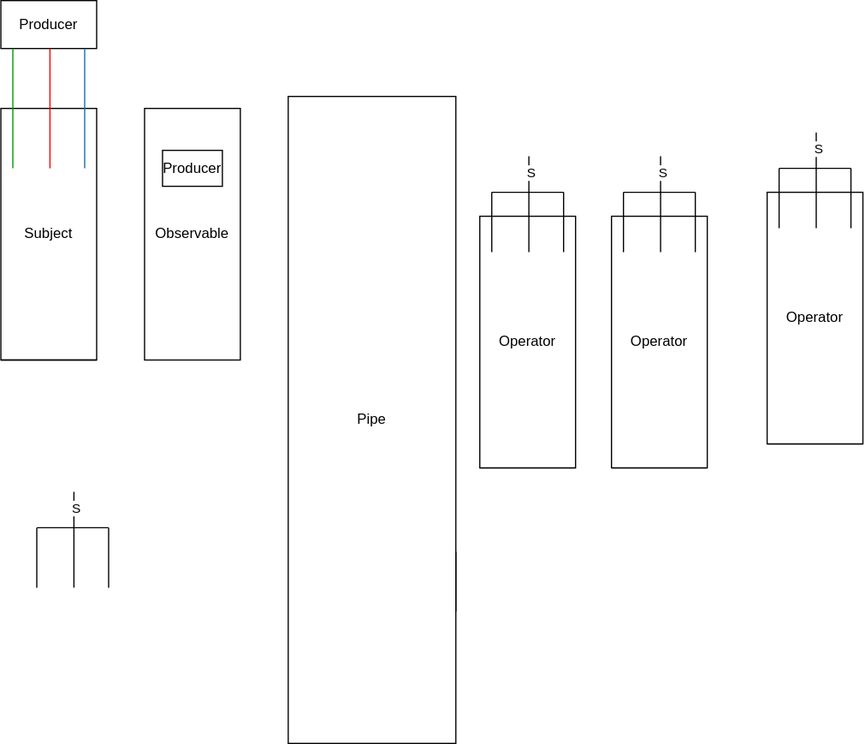
Before: RxJs Observables.drawio.svg, a diagram exported from draw.io (hansschenker/rx-angular-state-counter-demo-hans). Source tidied: cells renumbered, new cells last; positions are measured from the earlier drawing's top-left corner, leaving out a move shared by most shapes.
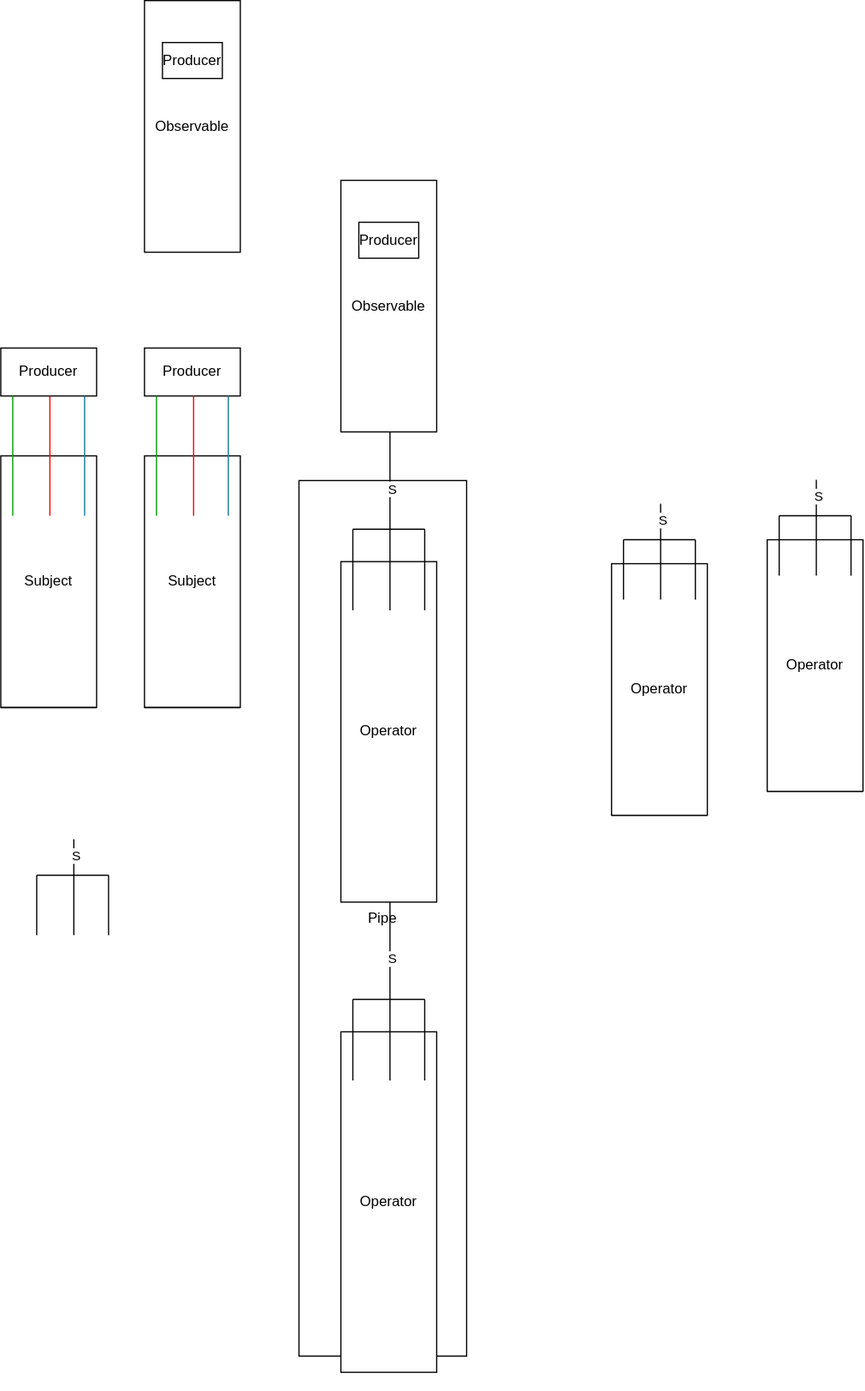
After the commit.

Change to the diagram source:
```diff
@@ -34,6 +34,15 @@
         <mxPoint x="60" y="30" as="targetPoint" />
       </mxGeometry>
     </mxCell>
+    <mxCell id="23" style="group;" parent="1" vertex="1">
+      <mxGeometry x="284" y="-140" width="80" height="210" as="geometry" />
+    </mxCell>
+    <mxCell id="24" value="Observable" style="rounded=0;whiteSpace=wrap;html=1;direction=south;" parent="23" vertex="1">
+      <mxGeometry width="80" height="210" as="geometry" />
+    </mxCell>
+    <mxCell id="25" value="Producer" style="rounded=0;whiteSpace=wrap;html=1;" parent="23" vertex="1">
+      <mxGeometry x="15" y="35" width="50" height="30" as="geometry" />
+    </mxCell>
     <mxCell id="8" style="group;" parent="1" vertex="1">
       <mxGeometry x="320" y="430" width="60" height="80" as="geometry" />
     </mxCell>
@@ -66,59 +75,6 @@
         <mxPoint x="60" y="30" as="targetPoint" />
       </mxGeometry>
     </mxCell>
-    <mxCell id="14" style="group;" parent="1" vertex="1">
-      <mxGeometry x="400" y="130" width="80" height="260" as="geometry" />
-    </mxCell>
-    <mxCell id="15" style="endArrow=none;html=1;rounded=0;" parent="14" edge="1">
-      <mxGeometry x="-10" y="230" as="geometry">
-        <mxPoint y="260" as="sourcePoint" />
-        <mxPoint x="80" y="260" as="targetPoint" />
-      </mxGeometry>
-    </mxCell>
-    <mxCell id="16" value="Operator" style="rounded=0;whiteSpace=wrap;html=1;direction=south;" parent="14" vertex="1">
-      <mxGeometry y="50" width="80" height="210" as="geometry" />
-    </mxCell>
-    <mxCell id="17" style="group;" parent="14" vertex="1">
-      <mxGeometry x="10" width="60" height="80" as="geometry" />
-    </mxCell>
-    <mxCell id="18" style="endArrow=none;html=1;rounded=0;" parent="17" edge="1">
-      <mxGeometry x="-20" y="40" as="geometry">
-        <mxPoint x="31" as="sourcePoint" />
-        <mxPoint x="31" y="80" as="targetPoint" />
-      </mxGeometry>
-    </mxCell>
-    <mxCell id="19" value="S" style="edgeLabel;html=1;align=center;verticalAlign=middle;" parent="18" vertex="1">
-      <mxGeometry relative="1" as="geometry">
-        <mxPoint x="1" y="-27" as="offset" />
-      </mxGeometry>
-    </mxCell>
-    <mxCell id="20" style="endArrow=none;html=1;rounded=0;" parent="17" edge="1">
-      <mxGeometry x="-20" y="40" as="geometry">
-        <mxPoint y="30" as="sourcePoint" />
-        <mxPoint y="80" as="targetPoint" />
-      </mxGeometry>
-    </mxCell>
-    <mxCell id="21" style="endArrow=none;html=1;rounded=0;" parent="17" edge="1">
-      <mxGeometry x="-20" y="40" as="geometry">
-        <mxPoint x="60" y="30" as="sourcePoint" />
-        <mxPoint x="60" y="80" as="targetPoint" />
-      </mxGeometry>
-    </mxCell>
-    <mxCell id="22" style="endArrow=none;html=1;rounded=0;" parent="17" edge="1">
-      <mxGeometry relative="1" as="geometry">
-        <mxPoint y="30" as="sourcePoint" />
-        <mxPoint x="60" y="30" as="targetPoint" />
-      </mxGeometry>
-    </mxCell>
-    <mxCell id="23" style="group;" parent="1" vertex="1">
-      <mxGeometry x="120" y="90" width="80" height="210" as="geometry" />
-    </mxCell>
-    <mxCell id="24" value="Observable" style="rounded=0;whiteSpace=wrap;html=1;direction=south;" parent="23" vertex="1">
-      <mxGeometry width="80" height="210" as="geometry" />
-    </mxCell>
-    <mxCell id="25" value="Producer" style="rounded=0;whiteSpace=wrap;html=1;" parent="23" vertex="1">
-      <mxGeometry x="15" y="35" width="50" height="30" as="geometry" />
-    </mxCell>
     <mxCell id="26" style="group;" parent="1" vertex="1">
       <mxGeometry x="510" y="130" width="80" height="260" as="geometry" />
     </mxCell>
@@ -207,38 +163,174 @@
         <mxPoint x="60" y="30" as="targetPoint" />
       </mxGeometry>
     </mxCell>
+    <mxCell id="51" style="endArrow=none;html=1;rounded=0;" parent="1" edge="1">
+      <mxGeometry x="324" y="320" as="geometry">
+        <mxPoint x="284" y="360" as="sourcePoint" />
+        <mxPoint x="364" y="360" as="targetPoint" />
+      </mxGeometry>
+    </mxCell>
+    <mxCell id="52" style="group;" parent="1" vertex="1">
+      <mxGeometry x="249" y="70" width="140" height="800" as="geometry" />
+    </mxCell>
-    <mxCell id="44" value="Pipe" style="whiteSpace=wrap;html=1;" parent="1" vertex="1">
-      <mxGeometry x="240" y="80" width="140" height="540" as="geometry" />
+    <mxCell id="44" value="Pipe" style="whiteSpace=wrap;html=1;" parent="52" vertex="1">
+      <mxGeometry y="40.6" width="140" height="730.8" as="geometry" />
     </mxCell>
-    <mxCell id="45" value="Producer" style="rounded=0;whiteSpace=wrap;html=1;" parent="1" vertex="1">
-      <mxGeometry width="80" height="40" as="geometry" />
-    </mxCell>
+    <mxCell id="53" style="group;" parent="52" vertex="1">
+      <mxGeometry x="35" width="80" height="392.4" as="geometry" />
+    </mxCell>
+    <mxCell id="54" value="Operator" style="rounded=0;whiteSpace=wrap;html=1;direction=south;" parent="53" vertex="1">
+      <mxGeometry y="108.3" width="80" height="284.2" as="geometry" />
+    </mxCell>
+    <mxCell id="55" style="group;" parent="53" vertex="1">
+      <mxGeometry x="10" width="60" height="148.9" as="geometry" />
+    </mxCell>
+    <mxCell id="56" style="endArrow=none;html=1;rounded=0;" parent="55" edge="1">
+      <mxGeometry x="-20" y="94.7" as="geometry">
+        <mxPoint x="31" as="sourcePoint" />
+        <mxPoint x="31" y="148.9" as="targetPoint" />
+      </mxGeometry>
+    </mxCell>
+    <mxCell id="57" value="S" style="edgeLabel;html=1;align=center;verticalAlign=middle;" parent="56" vertex="1">
+      <mxGeometry relative="1" as="geometry">
+        <mxPoint x="1" y="-27" as="offset" />
+      </mxGeometry>
+    </mxCell>
+    <mxCell id="58" style="endArrow=none;html=1;rounded=0;" parent="55" edge="1">
+      <mxGeometry x="-20" y="94.7" as="geometry">
+        <mxPoint y="81.2" as="sourcePoint" />
+        <mxPoint y="148.9" as="targetPoint" />
+      </mxGeometry>
+    </mxCell>
+    <mxCell id="59" style="endArrow=none;html=1;rounded=0;" parent="55" edge="1">
+      <mxGeometry x="-20" y="94.7" as="geometry">
+        <mxPoint x="60" y="81.2" as="sourcePoint" />
+        <mxPoint x="60" y="148.9" as="targetPoint" />
+      </mxGeometry>
+    </mxCell>
+    <mxCell id="60" style="endArrow=none;html=1;rounded=0;" parent="55" edge="1">
+      <mxGeometry y="40.6" as="geometry">
+        <mxPoint y="81.2" as="sourcePoint" />
+        <mxPoint x="60" y="81.2" as="targetPoint" />
+      </mxGeometry>
+    </mxCell>
+    <mxCell id="61" style="group;" parent="52" vertex="1">
+      <mxGeometry x="35" y="392.4" width="80" height="392.4" as="geometry" />
+    </mxCell>
+    <mxCell id="62" value="Operator" style="rounded=0;whiteSpace=wrap;html=1;direction=south;" parent="61" vertex="1">
+      <mxGeometry y="108.3" width="80" height="284.2" as="geometry" />
+    </mxCell>
+    <mxCell id="63" style="group;" parent="61" vertex="1">
+      <mxGeometry x="10" width="60" height="148.9" as="geometry" />
+    </mxCell>
+    <mxCell id="64" style="endArrow=none;html=1;rounded=0;" parent="63" edge="1">
+      <mxGeometry x="-20" y="94.7" as="geometry">
+        <mxPoint x="31" as="sourcePoint" />
+        <mxPoint x="31" y="148.9" as="targetPoint" />
+      </mxGeometry>
+    </mxCell>
+    <mxCell id="65" value="S" style="edgeLabel;html=1;align=center;verticalAlign=middle;" parent="64" vertex="1">
+      <mxGeometry relative="1" as="geometry">
+        <mxPoint x="1" y="-27" as="offset" />
+      </mxGeometry>
+    </mxCell>
+    <mxCell id="66" style="endArrow=none;html=1;rounded=0;" parent="63" edge="1">
+      <mxGeometry x="-20" y="94.7" as="geometry">
+        <mxPoint y="81.2" as="sourcePoint" />
+        <mxPoint y="148.9" as="targetPoint" />
+      </mxGeometry>
+    </mxCell>
+    <mxCell id="67" style="endArrow=none;html=1;rounded=0;" parent="63" edge="1">
+      <mxGeometry x="-20" y="94.7" as="geometry">
+        <mxPoint x="60" y="81.2" as="sourcePoint" />
+        <mxPoint x="60" y="148.9" as="targetPoint" />
+      </mxGeometry>
+    </mxCell>
+    <mxCell id="68" style="endArrow=none;html=1;rounded=0;" parent="63" edge="1">
+      <mxGeometry y="40.6" as="geometry">
+        <mxPoint y="81.2" as="sourcePoint" />
+        <mxPoint x="60" y="81.2" as="targetPoint" />
+      </mxGeometry>
+    </mxCell>
+    <mxCell id="69" style="group;" parent="1" vertex="1">
+      <mxGeometry x="120" y="-290" width="80" height="210" as="geometry" />
+    </mxCell>
+    <mxCell id="70" value="Observable" style="rounded=0;whiteSpace=wrap;html=1;direction=south;" parent="69" vertex="1">
+      <mxGeometry width="80" height="210" as="geometry" />
+    </mxCell>
+    <mxCell id="71" value="Producer" style="rounded=0;whiteSpace=wrap;html=1;" parent="69" vertex="1">
+      <mxGeometry x="15" y="35" width="50" height="30" as="geometry" />
+    </mxCell>
+    <mxCell id="72" style="group;" parent="1" vertex="1">
+      <mxGeometry width="80" height="300" as="geometry" />
+    </mxCell>
-    <mxCell id="46" value="Subject" style="rounded=0;whiteSpace=wrap;html=1;direction=south;" parent="1" vertex="1">
+    <mxCell id="46" value="Subject" style="rounded=0;whiteSpace=wrap;html=1;direction=south;" parent="72" vertex="1">
       <mxGeometry y="90" width="80" height="210" as="geometry" />
     </mxCell>
-    <mxCell id="47" style="endArrow=none;html=1;rounded=0;" parent="1" edge="1">
-      <mxGeometry x="40" y="260" as="geometry">
+    <mxCell id="47" style="endArrow=none;html=1;rounded=0;" parent="72" edge="1">
+      <mxGeometry x="-10" y="270" as="geometry">
         <mxPoint y="300" as="sourcePoint" />
         <mxPoint x="80" y="300" as="targetPoint" />
       </mxGeometry>
     </mxCell>
+    <mxCell id="73" style="group;" parent="72" vertex="1">
+      <mxGeometry width="80" height="140" as="geometry" />
+    </mxCell>
+    <mxCell id="45" value="Producer" style="rounded=0;whiteSpace=wrap;html=1;" parent="73" vertex="1">
+      <mxGeometry width="80" height="40" as="geometry" />
+    </mxCell>
-    <mxCell id="48" style="endArrow=none;html=1;rounded=0;fillColor=#fad9d5;strokeColor=#FF0000;" parent="1" edge="1">
-      <mxGeometry x="40" y="40" as="geometry">
+    <mxCell id="48" style="endArrow=none;html=1;rounded=0;fillColor=#fad9d5;strokeColor=#FF0000;" parent="73" edge="1">
+      <mxGeometry x="-10" y="50" as="geometry">
         <mxPoint x="41" y="40" as="sourcePoint" />
         <mxPoint x="41" y="140" as="targetPoint" />
       </mxGeometry>
     </mxCell>
-    <mxCell id="49" style="endArrow=none;html=1;rounded=0;fillColor=#6d8764;strokeColor=#009900;" parent="1" edge="1">
-      <mxGeometry x="40" y="40" as="geometry">
+    <mxCell id="49" style="endArrow=none;html=1;rounded=0;fillColor=#6d8764;strokeColor=#009900;" parent="73" edge="1">
+      <mxGeometry x="-10" y="50" as="geometry">
         <mxPoint x="10" y="40" as="sourcePoint" />
         <mxPoint x="10" y="140" as="targetPoint" />
       </mxGeometry>
     </mxCell>
-    <mxCell id="50" style="endArrow=none;html=1;rounded=0;fillColor=#b1ddf0;strokeColor=#10739e;" parent="1" edge="1">
-      <mxGeometry x="40" y="40" as="geometry">
+    <mxCell id="50" style="endArrow=none;html=1;rounded=0;fillColor=#b1ddf0;strokeColor=#10739e;" parent="73" edge="1">
+      <mxGeometry x="-10" y="50" as="geometry">
         <mxPoint x="70" y="40" as="sourcePoint" />
         <mxPoint x="70" y="140" as="targetPoint" />
       </mxGeometry>
     </mxCell>
+    <mxCell id="74" style="group;" parent="1" vertex="1">
+      <mxGeometry x="120" width="80" height="300" as="geometry" />
+    </mxCell>
+    <mxCell id="75" value="Subject" style="rounded=0;whiteSpace=wrap;html=1;direction=south;" parent="74" vertex="1">
+      <mxGeometry y="90" width="80" height="210" as="geometry" />
+    </mxCell>
+    <mxCell id="76" style="endArrow=none;html=1;rounded=0;" parent="74" edge="1">
+      <mxGeometry x="-10" y="270" as="geometry">
+        <mxPoint y="300" as="sourcePoint" />
+        <mxPoint x="80" y="300" as="targetPoint" />
+      </mxGeometry>
+    </mxCell>
+    <mxCell id="77" style="group;" parent="74" vertex="1">
+      <mxGeometry width="80" height="140" as="geometry" />
+    </mxCell>
+    <mxCell id="78" value="Producer" style="rounded=0;whiteSpace=wrap;html=1;" parent="77" vertex="1">
+      <mxGeometry width="80" height="40" as="geometry" />
+    </mxCell>
+    <mxCell id="79" style="endArrow=none;html=1;rounded=0;fillColor=#fad9d5;strokeColor=#FF0000;" parent="77" edge="1">
+      <mxGeometry x="-10" y="50" as="geometry">
+        <mxPoint x="41" y="40" as="sourcePoint" />
+        <mxPoint x="41" y="140" as="targetPoint" />
+      </mxGeometry>
+    </mxCell>
+    <mxCell id="80" style="endArrow=none;html=1;rounded=0;fillColor=#6d8764;strokeColor=#009900;" parent="77" edge="1">
+      <mxGeometry x="-10" y="50" as="geometry">
+        <mxPoint x="10" y="40" as="sourcePoint" />
+        <mxPoint x="10" y="140" as="targetPoint" />
+      </mxGeometry>
+    </mxCell>
+    <mxCell id="81" style="endArrow=none;html=1;rounded=0;fillColor=#b1ddf0;strokeColor=#10739e;" parent="77" edge="1">
+      <mxGeometry x="-10" y="50" as="geometry">
+        <mxPoint x="70" y="40" as="sourcePoint" />
+        <mxPoint x="70" y="140" as="targetPoint" />
+      </mxGeometry>
+    </mxCell>
   </root>
 </mxGraphModel>
```
